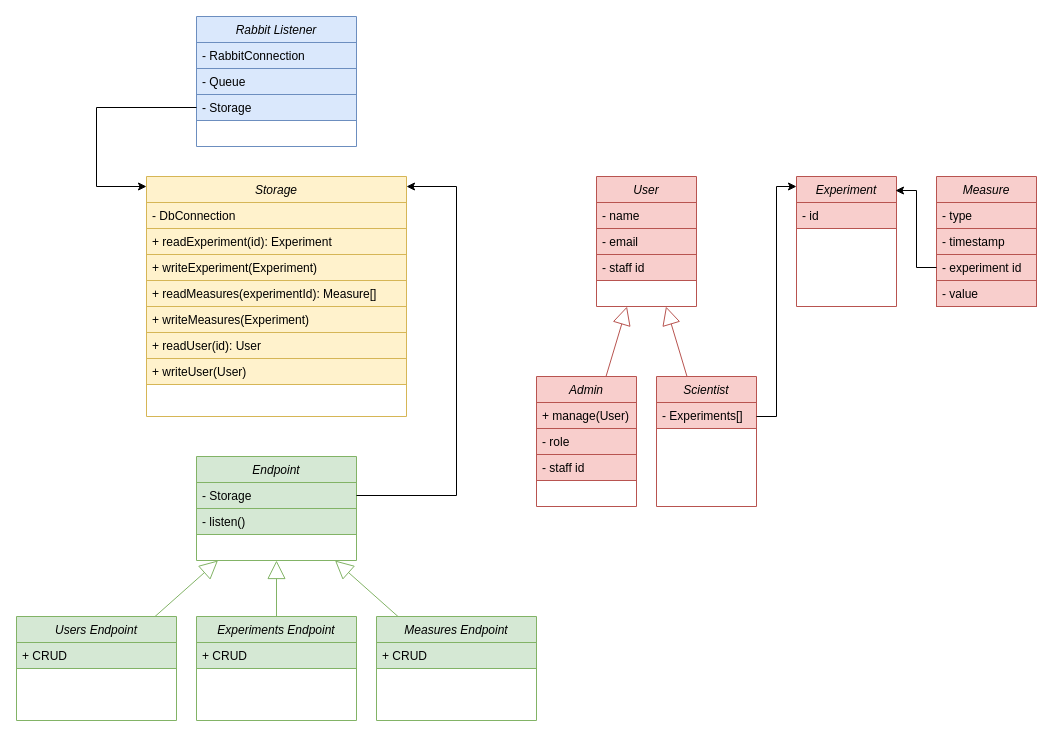
Earlier version of the draw.io diagram page "class" (6 of 6) of documents/diagrams/components.drawio (alros-essex/ssdcs-assignment). Source tidied: cells renumbered, new cells numbered last; positions are measured from the earlier drawing's top-left corner, leaving out a move shared by most shapes. Both pictures are drawn from the tidied source at 100%, with x=0, y=0 at pixel (16, 16).
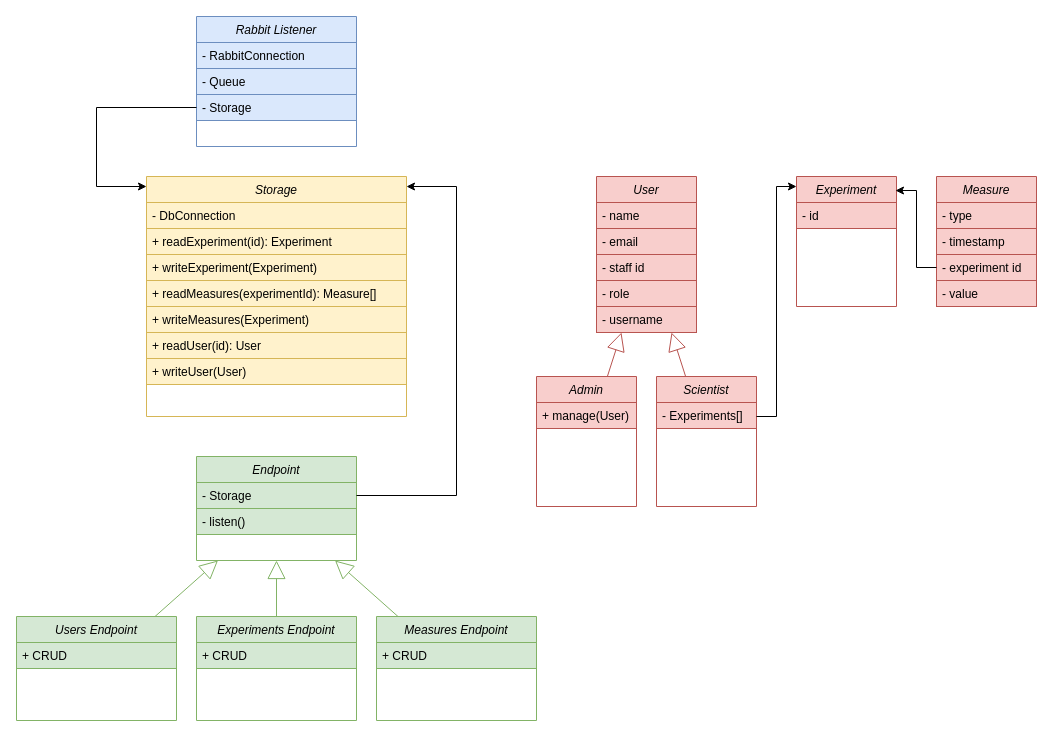
The same page after the edit.

The change refers to these unchanged cells:
```xml
<mxCell id="30" value="Admin" style="swimlane;fontStyle=2;align=center;verticalAlign=top;horizontal=1;startSize=26;rounded=0;shadow=0;strokeWidth=1;fillColor=#f8cecc;strokeColor=#b85450;" parent="1" vertex="1">
  <mxGeometry x="520" y="360" width="100" height="130" as="geometry" />
</mxCell>
```

Change to the diagram source:
```diff
@@
     <mxCell id="14" value="User" style="swimlane;fontStyle=2;align=center;verticalAlign=top;horizontal=1;startSize=26;rounded=0;shadow=0;strokeWidth=1;fillColor=#f8cecc;strokeColor=#b85450;" parent="1" vertex="1">
-      <mxGeometry x="580" y="160" width="100" height="130" as="geometry" />
+      <mxGeometry x="580" y="160" width="100" height="156" as="geometry" />
     </mxCell>
@@
+    <mxCell id="32" value="- role" style="text;align=left;verticalAlign=top;spacingLeft=4;spacingRight=4;overflow=hidden;fillColor=#f8cecc;strokeColor=#b85450;" parent="14" vertex="1">
+      <mxGeometry y="104" width="100" height="26" as="geometry" />
+    </mxCell>
+    <mxCell id="49" value="- username" style="text;align=left;verticalAlign=top;spacingLeft=4;spacingRight=4;overflow=hidden;fillColor=#f8cecc;strokeColor=#b85450;" parent="14" vertex="1">
+      <mxGeometry y="130" width="100" height="26" as="geometry" />
+    </mxCell>
@@
-    <mxCell id="32" value="- role" style="text;align=left;verticalAlign=top;spacingLeft=4;spacingRight=4;overflow=hidden;fillColor=#f8cecc;strokeColor=#b85450;" parent="30" vertex="1">
-      <mxGeometry y="52" width="100" height="26" as="geometry" />
-    </mxCell>
-    <mxCell id="33" value="- staff id" style="text;align=left;verticalAlign=top;spacingLeft=4;spacingRight=4;overflow=hidden;fillColor=#f8cecc;strokeColor=#b85450;" parent="30" vertex="1">
-      <mxGeometry y="78" width="100" height="26" as="geometry" />
-    </mxCell>
```
